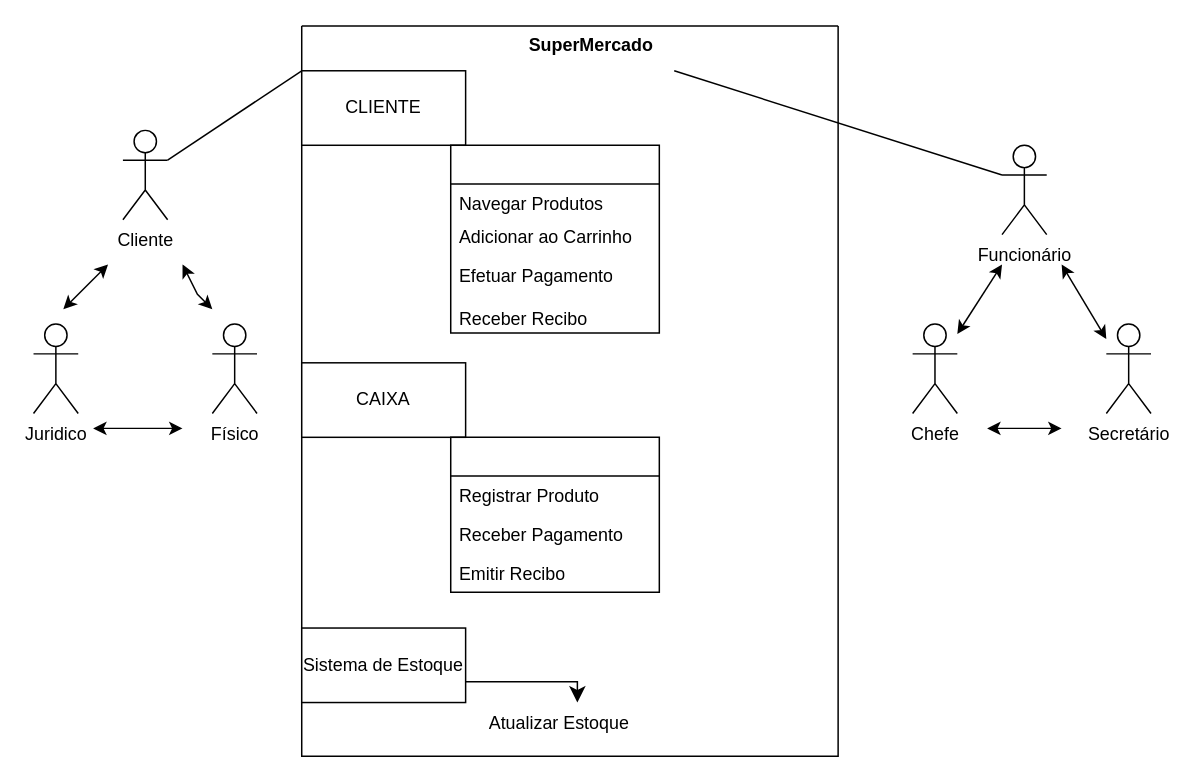
This is Casa-de-uso.drawio from gman2004-spec/Draw.io, a draw.io file, before an edit. Source tidied: cells renumbered, new cells numbered last; positions are measured from the earlier drawing's top-left corner, leaving out a move shared by most shapes. Both pictures are drawn from the tidied source at 149%, with x=0, y=0 at pixel (33, 25).
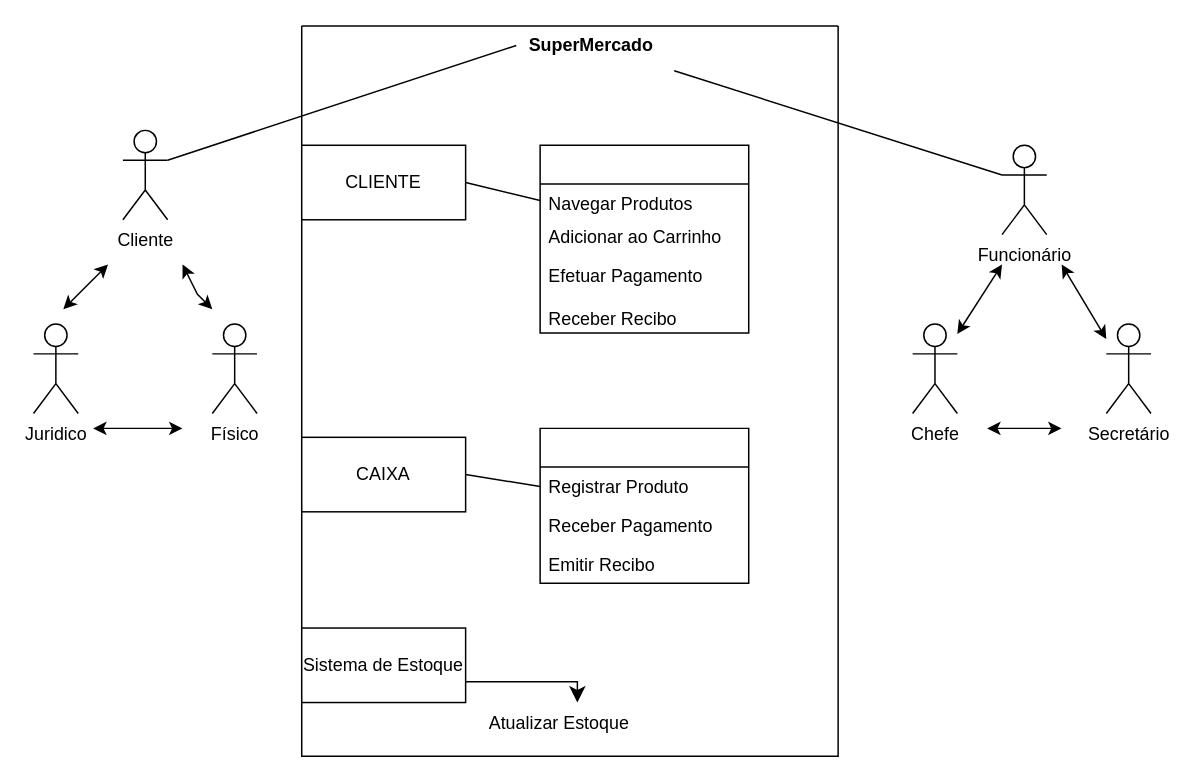
The same diagram, later.

Unchanged cells that the change refers to:
```xml
<mxCell id="14" style="swimlane;startSize=0;" parent="1" vertex="1">
  <mxGeometry x="180" width="360" height="490" as="geometry" />
</mxCell>
<mxCell id="18" value="Navegar Produtos" style="text;strokeColor=none;fillColor=none;align=left;verticalAlign=top;spacingLeft=4;spacingRight=4;overflow=hidden;points=[[0,0.5],[1,0.5]];portConstraint=eastwest;whiteSpace=wrap;html=1;" parent="17" vertex="1">
  <mxGeometry y="26" width="140" height="22" as="geometry" />
</mxCell>
<mxCell id="22" value="Registrar Produto" style="text;strokeColor=none;fillColor=none;align=left;verticalAlign=top;spacingLeft=4;spacingRight=4;overflow=hidden;points=[[0,0.5],[1,0.5]];portConstraint=eastwest;whiteSpace=wrap;html=1;" parent="21" vertex="1">
  <mxGeometry y="26" width="140" height="26" as="geometry" />
</mxCell>
<mxCell id="26" value="SuperMercado" style="text;align=center;fontStyle=1;verticalAlign=middle;spacingLeft=3;spacingRight=3;strokeColor=none;points=[[0,0.5],[1,0.5]];portConstraint=eastwest;html=1;" parent="14" vertex="1">
  <mxGeometry x="144" width="100" height="26" as="geometry" />
</mxCell>
```

What changed in the source:
```diff
@@
     <mxCell id="15" value="CLIENTE" style="html=1;whiteSpace=wrap;" parent="14" vertex="1">
-      <mxGeometry y="30" width="110" height="50" as="geometry" />
+      <mxGeometry y="80" width="110" height="50" as="geometry" />
     </mxCell>
     <mxCell id="16" value="CAIXA" style="html=1;whiteSpace=wrap;" parent="14" vertex="1">
-      <mxGeometry y="226" width="110" height="50" as="geometry" />
+      <mxGeometry y="276" width="110" height="50" as="geometry" />
     </mxCell>
     <mxCell id="17" style="swimlane;fontStyle=0;horizontal=1;startSize=26;fillColor=none;whiteSpace=wrap;html=1;" parent="14" vertex="1">
-      <mxGeometry x="100" y="80" width="140" height="126" as="geometry" />
+      <mxGeometry x="160" y="80" width="140" height="126" as="geometry" />
     </mxCell>
@@
     <mxCell id="21" style="swimlane;fontStyle=0;horizontal=1;startSize=26;fillColor=none;whiteSpace=wrap;html=1;" parent="14" vertex="1">
-      <mxGeometry x="100" y="276" width="140" height="104" as="geometry" />
+      <mxGeometry x="160" y="270" width="140" height="104" as="geometry" />
     </mxCell>
@@
+    <mxCell id="31" style="endArrow=none;html=1;rounded=0;exitX=1;exitY=0.5;exitDx=0;exitDy=0;entryX=0;entryY=0.5;entryDx=0;entryDy=0;" parent="14" edge="1" source="15" target="18">
+      <mxGeometry relative="1" as="geometry" />
+    </mxCell>
+    <mxCell id="32" style="endArrow=none;html=1;rounded=0;exitX=1;exitY=0.5;exitDx=0;exitDy=0;entryX=0;entryY=0.5;entryDx=0;entryDy=0;" parent="14" edge="1" source="16" target="22">
+      <mxGeometry relative="1" as="geometry" />
+    </mxCell>
-    <mxCell id="29" style="endArrow=none;html=1;rounded=0;entryX=0;entryY=0;entryDx=0;entryDy=0;" parent="1" edge="1" target="15">
+    <mxCell id="29" style="endArrow=none;html=1;rounded=0;entryX=0;entryY=0.5;entryDx=0;entryDy=0;" parent="1" edge="1" target="26">
       <mxGeometry relative="1" as="geometry">
         <mxPoint x="90" y="90" as="sourcePoint" />
       </mxGeometry>
     </mxCell>
```
